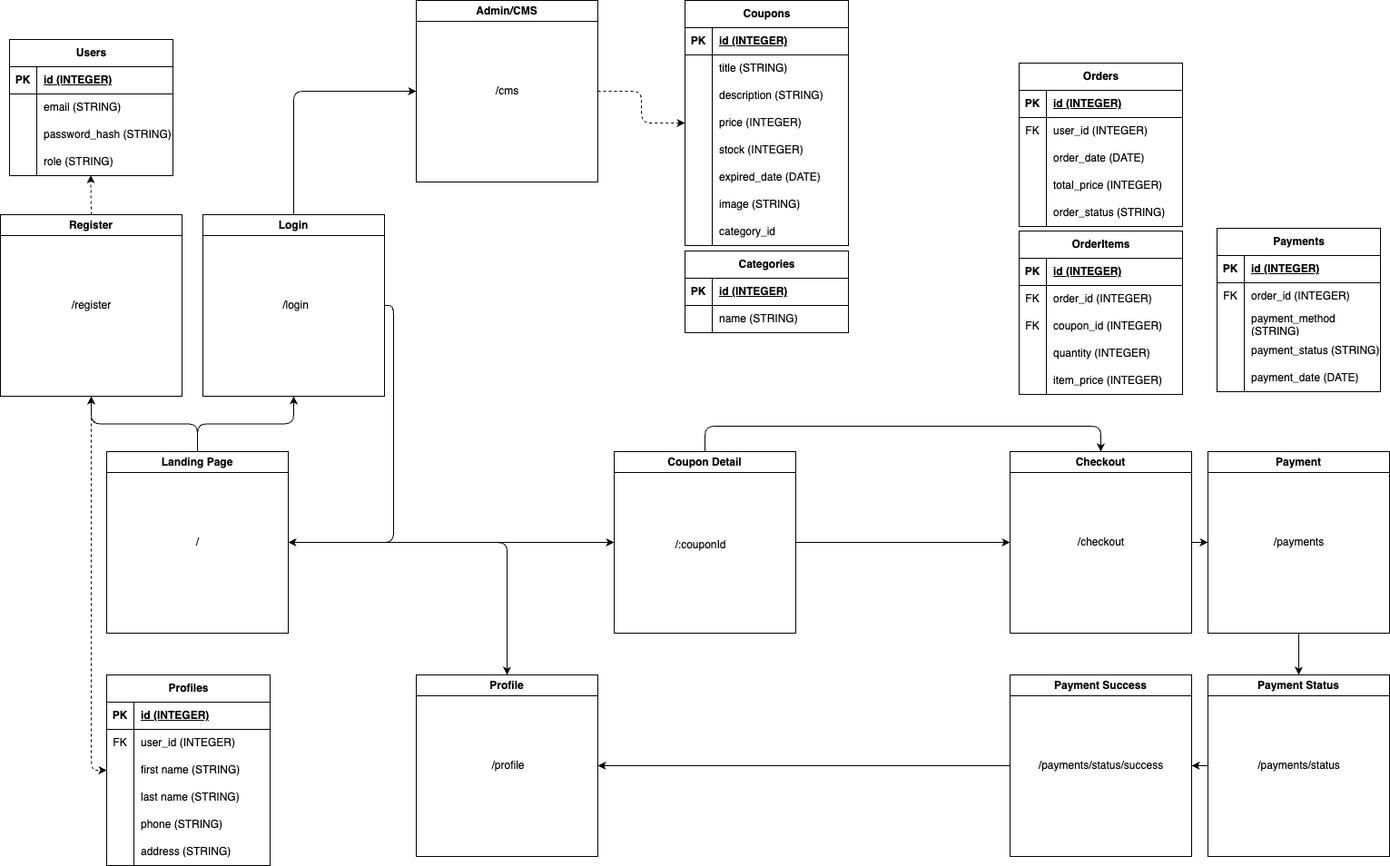
The draw.io diagram customer_journey.drawio.png in i-adharul/hck-99-fsjs-p1-pair-project, before a commit. Source tidied: cells renumbered, new cells last; positions are measured from the earlier drawing's top-left corner, leaving out a move shared by most shapes.
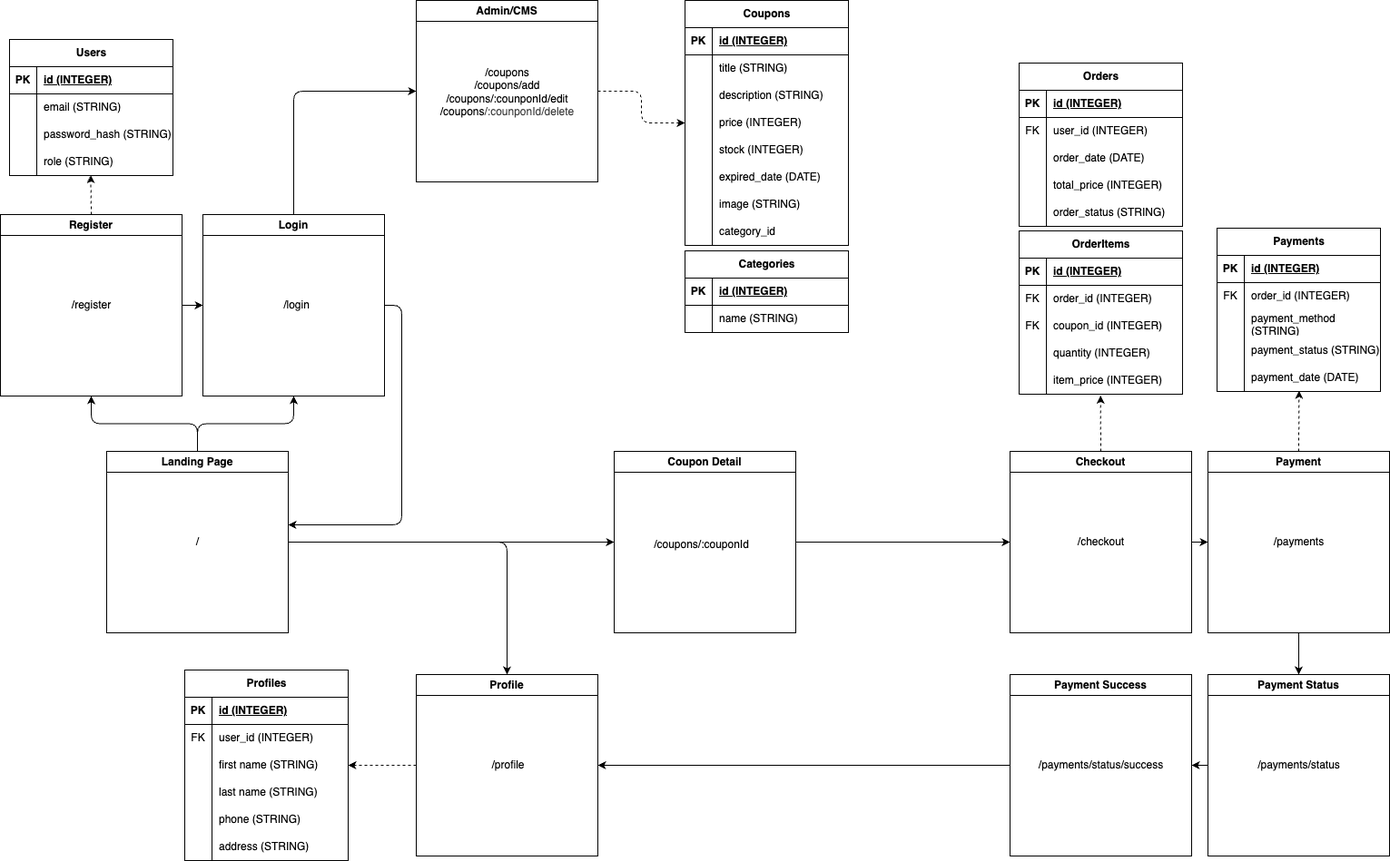
Later version of the same file.

What changed in the source:
```diff
@@ -5,8 +5,14 @@
     <mxCell id="2" style="edgeStyle=orthogonalEdgeStyle;html=1;exitX=0.5;exitY=0;exitDx=0;exitDy=0;entryX=0;entryY=0.5;entryDx=0;entryDy=0;" parent="1" edge="1" source="4" target="21">
       <mxGeometry relative="1" as="geometry" />
     </mxCell>
-    <mxCell id="3" style="edgeStyle=orthogonalEdgeStyle;html=1;exitX=1;exitY=0.5;exitDx=0;exitDy=0;entryX=1;entryY=0.5;entryDx=0;entryDy=0;" parent="1" edge="1" source="4" target="13">
-      <mxGeometry relative="1" as="geometry" />
+    <mxCell id="3" style="edgeStyle=orthogonalEdgeStyle;html=1;exitX=1;exitY=0.5;exitDx=0;exitDy=0;" parent="1" edge="1" source="4">
+      <mxGeometry relative="1" as="geometry">
+        <mxPoint x="317" y="578" as="targetPoint" />
+        <Array as="points">
+          <mxPoint x="442" y="336" />
+          <mxPoint x="442" y="578" />
+        </Array>
+      </mxGeometry>
     </mxCell>
     <mxCell id="4" value="Login" style="swimlane;whiteSpace=wrap;html=1;" parent="1" vertex="1">
       <mxGeometry x="223" y="236" width="200" height="200" as="geometry" />
@@ -14,9 +20,9 @@
     <mxCell id="5" value="/login" style="text;html=1;align=center;verticalAlign=middle;strokeColor=none;fillColor=none;" parent="4" vertex="1">
       <mxGeometry x="79" y="87" width="47" height="26" as="geometry" />
     </mxCell>
-    <mxCell id="6" style="edgeStyle=orthogonalEdgeStyle;html=1;exitX=0.5;exitY=1;exitDx=0;exitDy=0;entryX=0;entryY=0.5;entryDx=0;entryDy=0;dashed=1;" parent="1" edge="1" source="7" target="56">
-      <mxGeometry relative="1" as="geometry" />
-    </mxCell>
+    <mxCell id="149" style="edgeStyle=none;html=1;exitX=1;exitY=0.5;exitDx=0;exitDy=0;entryX=0;entryY=0.5;entryDx=0;entryDy=0;" parent="1" edge="1" source="7" target="4">
+      <mxGeometry relative="1" as="geometry" />
+    </mxCell>
     <mxCell id="7" value="Register" style="swimlane;whiteSpace=wrap;html=1;" parent="1" vertex="1">
       <mxGeometry y="236" width="200" height="200" as="geometry" />
     </mxCell>
@@ -50,6 +56,9 @@
     <mxCell id="17" value="/checkout" style="text;html=1;align=center;verticalAlign=middle;strokeColor=none;fillColor=none;" parent="16" vertex="1">
       <mxGeometry x="65.5" y="87" width="69" height="26" as="geometry" />
     </mxCell>
+    <mxCell id="150" style="edgeStyle=none;html=1;exitX=0;exitY=0.5;exitDx=0;exitDy=0;entryX=1;entryY=0.5;entryDx=0;entryDy=0;dashed=1;" parent="1" edge="1" source="18" target="56">
+      <mxGeometry relative="1" as="geometry" />
+    </mxCell>
     <mxCell id="18" value="Profile" style="swimlane;whiteSpace=wrap;html=1;" parent="1" vertex="1">
       <mxGeometry x="458" y="743" width="200" height="200" as="geometry" />
     </mxCell>
@@ -62,17 +71,9 @@
     <mxCell id="21" value="Admin/CMS" style="swimlane;whiteSpace=wrap;html=1;" parent="1" vertex="1">
       <mxGeometry x="458" width="200" height="200" as="geometry" />
     </mxCell>
-    <mxCell id="22" value="/cms" style="text;html=1;align=center;verticalAlign=middle;strokeColor=none;fillColor=none;" parent="21" vertex="1">
-      <mxGeometry x="78.5" y="87" width="43" height="26" as="geometry" />
+    <mxCell id="22" value="/coupons&lt;br&gt;&lt;div&gt;&lt;span style=&quot;color: rgb(0, 0, 0); background-color: transparent;&quot;&gt;&lt;span style=&quot;color: rgb(0, 0, 0);&quot;&gt;/coupons/add&lt;/span&gt;&lt;br style=&quot;color: rgb(63, 63, 63); scrollbar-color: rgb(226, 226, 226) rgb(251, 251, 251);&quot;&gt;&lt;/span&gt;&lt;/div&gt;&lt;div&gt;&lt;span style=&quot;color: rgb(0, 0, 0); background-color: transparent;&quot;&gt;/coupons&lt;/span&gt;/:counponId/edit&lt;/div&gt;&lt;div&gt;&lt;span style=&quot;color: rgb(0, 0, 0); background-color: transparent;&quot;&gt;/coupons&lt;/span&gt;&lt;span style=&quot;color: rgb(63, 63, 63);&quot;&gt;/:counponId/delete&lt;/span&gt;&lt;/div&gt;" style="text;html=1;align=center;verticalAlign=middle;strokeColor=none;fillColor=none;" parent="21" vertex="1">
+      <mxGeometry x="17.5" y="66" width="165" height="70" as="geometry" />
     </mxCell>
-    <mxCell id="23" style="edgeStyle=orthogonalEdgeStyle;html=1;exitX=0.5;exitY=0;exitDx=0;exitDy=0;entryX=0.5;entryY=0;entryDx=0;entryDy=0;" parent="1" edge="1" source="25" target="16">
-      <mxGeometry relative="1" as="geometry">
-        <Array as="points">
-          <mxPoint x="776" y="469" />
-          <mxPoint x="1212" y="469" />
-        </Array>
-      </mxGeometry>
-    </mxCell>
     <mxCell id="24" style="edgeStyle=none;html=1;exitX=1;exitY=0.5;exitDx=0;exitDy=0;entryX=0;entryY=0.5;entryDx=0;entryDy=0;" parent="1" edge="1" source="25" target="16">
       <mxGeometry relative="1" as="geometry" />
     </mxCell>
@@ -106,8 +107,8 @@
     <mxCell id="34" value="/payments/status/success" style="text;html=1;align=center;verticalAlign=middle;strokeColor=none;fillColor=none;" parent="33" vertex="1">
       <mxGeometry x="22.5" y="87" width="155" height="26" as="geometry" />
     </mxCell>
-    <mxCell id="35" value="/:couponId" style="text;html=1;align=center;verticalAlign=middle;strokeColor=none;fillColor=none;" parent="1" vertex="1">
-      <mxGeometry x="734" y="587" width="74" height="26" as="geometry" />
+    <mxCell id="35" value="/coupons/:couponId" style="text;html=1;align=center;verticalAlign=middle;strokeColor=none;fillColor=none;" parent="1" vertex="1">
+      <mxGeometry x="710" y="587" width="123" height="26" as="geometry" />
     </mxCell>
     <mxCell id="36" value="Users" style="shape=table;startSize=30;rowLines=0;fontStyle=1;align=center;html=1;" parent="1" vertex="1">
       <mxGeometry x="10" y="43" width="180" height="150" as="geometry" />
@@ -149,7 +150,7 @@
       <mxGeometry x="30" width="150" height="30" as="geometry" />
     </mxCell>
     <mxCell id="49" value="Profiles" style="shape=table;startSize=30;rowLines=0;fontStyle=1;align=center;html=1;" parent="1" vertex="1">
-      <mxGeometry x="117" y="743" width="180" height="210" as="geometry" />
+      <mxGeometry x="203" y="738" width="180" height="210" as="geometry" />
     </mxCell>
     <mxCell id="50" style="shape=tableRow;horizontal=0;startSize=0;swimlaneHead=0;swimlaneBody=0;fillColor=none;top=0;left=0;right=0;bottom=1;" parent="49" vertex="1">
       <mxGeometry y="30" width="180" height="30" as="geometry" />
@@ -448,5 +449,11 @@
     <mxCell id="148" value="item_price&lt;span style=&quot;color: rgb(0, 0, 0);&quot;&gt; (INTEGER)&lt;/span&gt;" style="shape=partialRectangle;fillColor=none;top=0;left=0;bottom=0;right=0;align=left;spacingLeft=6;overflow=hidden;whiteSpace=wrap;html=1;" parent="146" vertex="1">
       <mxGeometry x="30" width="150" height="30" as="geometry" />
     </mxCell>
+    <mxCell id="151" style="edgeStyle=none;html=1;exitX=0.5;exitY=0;exitDx=0;exitDy=0;entryX=0.498;entryY=1.044;entryDx=0;entryDy=0;entryPerimeter=0;dashed=1;" parent="1" edge="1" source="16" target="146">
+      <mxGeometry relative="1" as="geometry" />
+    </mxCell>
+    <mxCell id="152" style="edgeStyle=none;html=1;exitX=0.5;exitY=0;exitDx=0;exitDy=0;entryX=0.502;entryY=0.967;entryDx=0;entryDy=0;entryPerimeter=0;dashed=1;" parent="1" edge="1" source="27" target="114">
+      <mxGeometry relative="1" as="geometry" />
+    </mxCell>
   </root>
 </mxGraphModel>
```
